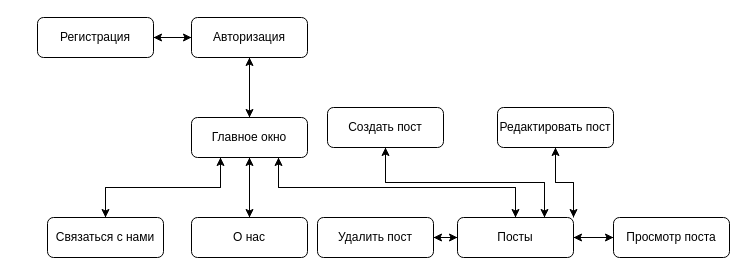
The draw.io diagram Логическая структура приложения InfoTeam.drawio in DarkReduX/Diagrams-for-projects, before the edit. Source tidied: cells renumbered, new cells numbered last; positions are measured from the earlier drawing's top-left corner, leaving out a move shared by most shapes. Both pictures are drawn from the tidied source at 100%, with x=0, y=0 at pixel (37, 17).
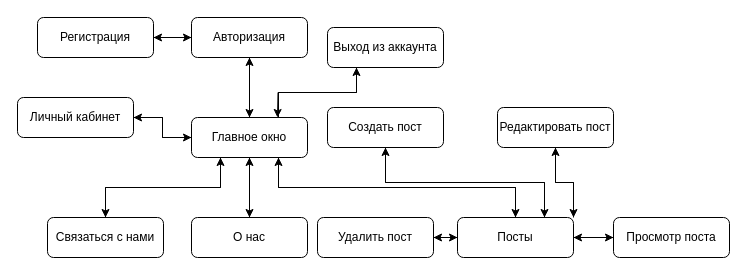
The same diagram, later.

Unchanged cells that the change refers to:
```xml
<mxCell id="6" value="Главное окно" style="rounded=1;whiteSpace=wrap;html=1;" parent="1" vertex="1">
  <mxGeometry x="154" y="100" width="116" height="40" as="geometry" />
</mxCell>
```

What changed in the source:
```diff
@@
+    <mxCell id="30" style="edgeStyle=orthogonalEdgeStyle;rounded=0;jettySize=auto;html=1;exitX=0;exitY=0.5;exitDx=0;exitDy=0;entryX=1;entryY=0.5;entryDx=0;entryDy=0;" parent="1" edge="1" source="6" target="33">
+      <mxGeometry relative="1" as="geometry" />
+    </mxCell>
+    <mxCell id="31" style="edgeStyle=orthogonalEdgeStyle;rounded=0;jettySize=auto;html=1;exitX=0.75;exitY=0;exitDx=0;exitDy=0;entryX=0.25;entryY=1;entryDx=0;entryDy=0;" parent="1" edge="1" source="6" target="35">
+      <mxGeometry relative="1" as="geometry" />
+    </mxCell>
@@
+    <mxCell id="32" style="edgeStyle=orthogonalEdgeStyle;rounded=0;jettySize=auto;html=1;exitX=1;exitY=0.5;exitDx=0;exitDy=0;entryX=0;entryY=0.5;entryDx=0;entryDy=0;" parent="1" edge="1" source="33" target="6">
+      <mxGeometry relative="1" as="geometry" />
+    </mxCell>
+    <mxCell id="33" value="Личный кабинет" style="rounded=1;whiteSpace=wrap;html=1;" parent="1" vertex="1">
+      <mxGeometry x="-20" y="80" width="116" height="40" as="geometry" />
+    </mxCell>
+    <mxCell id="34" style="edgeStyle=orthogonalEdgeStyle;rounded=0;jettySize=auto;html=1;exitX=0.25;exitY=1;exitDx=0;exitDy=0;" parent="1" edge="1" source="35">
+      <mxGeometry relative="1" as="geometry">
+        <mxPoint x="240" y="100" as="targetPoint" />
+      </mxGeometry>
+    </mxCell>
+    <mxCell id="35" value="Выход из аккаунта" style="rounded=1;whiteSpace=wrap;html=1;" parent="1" vertex="1">
+      <mxGeometry x="290" y="10" width="116" height="40" as="geometry" />
+    </mxCell>
```
